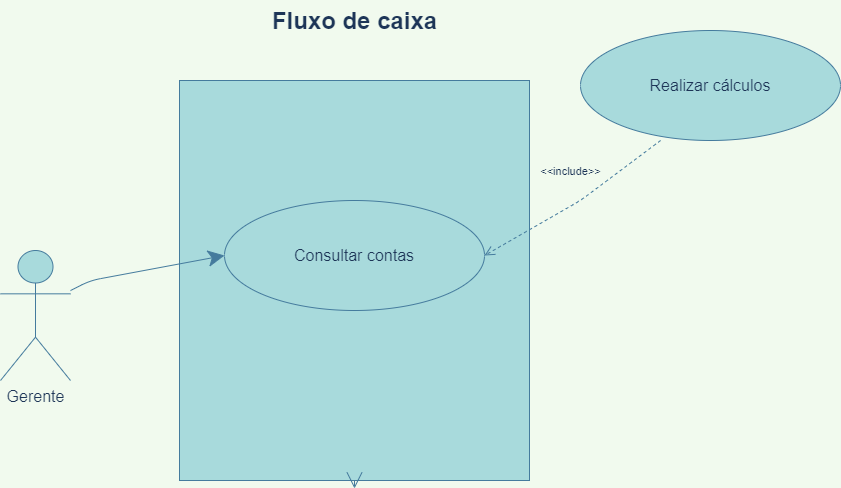
The draw.io diagram Fluxo de caixa.drawio.png in hinname/project-Restaurant, before a commit. Source tidied: cells renumbered, new cells last; positions are measured from the earlier drawing's top-left corner, leaving out a move shared by most shapes.
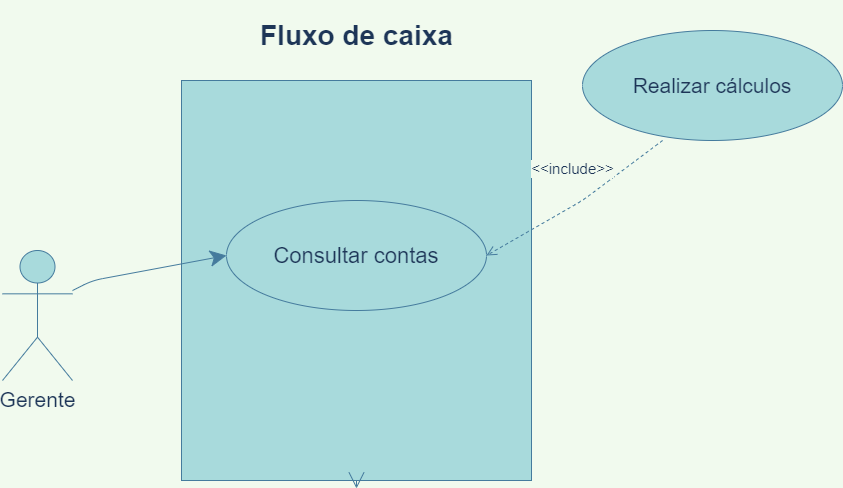
After the change.

Change to the diagram source:
```diff
@@ -5,22 +5,22 @@
     <mxCell id="2" style="rounded=0;whiteSpace=wrap;html=1;hachureGap=4;fillColor=#A8DADC;strokeColor=#457B9D;fontColor=#1D3557;" parent="1" vertex="1">
       <mxGeometry x="179" y="80" width="350" height="400" as="geometry" />
     </mxCell>
-    <mxCell id="3" value="&lt;font size=&quot;3&quot;&gt;Gerente&lt;/font&gt;" style="shape=umlActor;verticalLabelPosition=bottom;verticalAlign=top;html=1;outlineConnect=0;hachureGap=4;fillColor=#A8DADC;strokeColor=#457B9D;fontColor=#1D3557;" parent="1" vertex="1">
+    <mxCell id="3" value="&lt;font style=&quot;font-size: 21px&quot;&gt;Gerente&lt;/font&gt;" style="shape=umlActor;verticalLabelPosition=bottom;verticalAlign=top;html=1;outlineConnect=0;hachureGap=4;fillColor=#A8DADC;strokeColor=#457B9D;fontColor=#1D3557;" parent="1" vertex="1">
       <mxGeometry y="250" width="70" height="130" as="geometry" />
     </mxCell>
-    <mxCell id="4" value="Fluxo de caixa" style="text;strokeColor=none;fillColor=none;html=1;fontSize=24;fontStyle=1;verticalAlign=middle;align=center;hachureGap=4;fontColor=#1D3557;" parent="1" vertex="1">
-      <mxGeometry x="304" width="100" height="40" as="geometry" />
+    <mxCell id="4" value="&lt;font style=&quot;font-size: 28px&quot;&gt;Fluxo de caixa&lt;/font&gt;" style="text;strokeColor=none;fillColor=none;html=1;fontSize=24;fontStyle=1;verticalAlign=middle;align=center;hachureGap=4;fontColor=#1D3557;" parent="1" vertex="1">
+      <mxGeometry x="304" width="100" height="70" as="geometry" />
     </mxCell>
-    <mxCell id="5" value="&lt;font size=&quot;3&quot;&gt;Consultar contas&lt;/font&gt;" style="ellipse;whiteSpace=wrap;html=1;hachureGap=4;fillColor=#A8DADC;strokeColor=#457B9D;fontColor=#1D3557;" parent="1" vertex="1">
+    <mxCell id="5" value="&lt;font style=&quot;font-size: 22px&quot;&gt;Consultar contas&lt;/font&gt;" style="ellipse;whiteSpace=wrap;html=1;hachureGap=4;fillColor=#A8DADC;strokeColor=#457B9D;fontColor=#1D3557;" parent="1" vertex="1">
       <mxGeometry x="224" y="200" width="260" height="110" as="geometry" />
     </mxCell>
-    <mxCell id="6" value="&lt;font size=&quot;3&quot;&gt;Realizar cálculos&lt;br&gt;&lt;/font&gt;" style="ellipse;whiteSpace=wrap;html=1;hachureGap=4;fillColor=#A8DADC;strokeColor=#457B9D;fontColor=#1D3557;" parent="1" vertex="1">
+    <mxCell id="6" value="&lt;font style=&quot;font-size: 21px&quot;&gt;Realizar cálculos&lt;/font&gt;" style="ellipse;whiteSpace=wrap;html=1;hachureGap=4;fillColor=#A8DADC;strokeColor=#457B9D;fontColor=#1D3557;" parent="1" vertex="1">
       <mxGeometry x="580" y="30" width="260" height="110" as="geometry" />
     </mxCell>
     <mxCell id="7" style="edgeStyle=none;curved=1;rounded=0;orthogonalLoop=1;jettySize=auto;html=1;exitX=0.5;exitY=1;exitDx=0;exitDy=0;endArrow=open;startSize=14;endSize=14;sourcePerimeterSpacing=8;targetPerimeterSpacing=8;labelBackgroundColor=#F1FAEE;strokeColor=#457B9D;fontColor=#1D3557;" parent="1" edge="1" source="2" target="2">
       <mxGeometry relative="1" as="geometry" />
     </mxCell>
-    <mxCell id="8" value="&amp;lt;&amp;lt;include&amp;gt;&amp;gt;" style="html=1;verticalAlign=bottom;endArrow=open;dashed=1;endSize=8;sourcePerimeterSpacing=8;targetPerimeterSpacing=8;exitX=0.308;exitY=1;exitDx=0;exitDy=0;exitPerimeter=0;entryX=1;entryY=0.5;entryDx=0;entryDy=0;labelBackgroundColor=#F1FAEE;strokeColor=#457B9D;fontColor=#1D3557;" parent="1" edge="1" source="6" target="5">
+    <mxCell id="8" value="&lt;font style=&quot;font-size: 15px&quot;&gt;&amp;lt;&amp;lt;include&amp;gt;&amp;gt;&lt;/font&gt;" style="html=1;verticalAlign=bottom;endArrow=open;dashed=1;endSize=8;sourcePerimeterSpacing=8;targetPerimeterSpacing=8;exitX=0.308;exitY=1;exitDx=0;exitDy=0;exitPerimeter=0;entryX=1;entryY=0.5;entryDx=0;entryDy=0;labelBackgroundColor=#F1FAEE;strokeColor=#457B9D;fontColor=#1D3557;" parent="1" edge="1" source="6" target="5">
       <mxGeometry x="-0.09" y="-22" relative="1" as="geometry">
         <Array as="points">
           <mxPoint x="580" y="200" />
```
